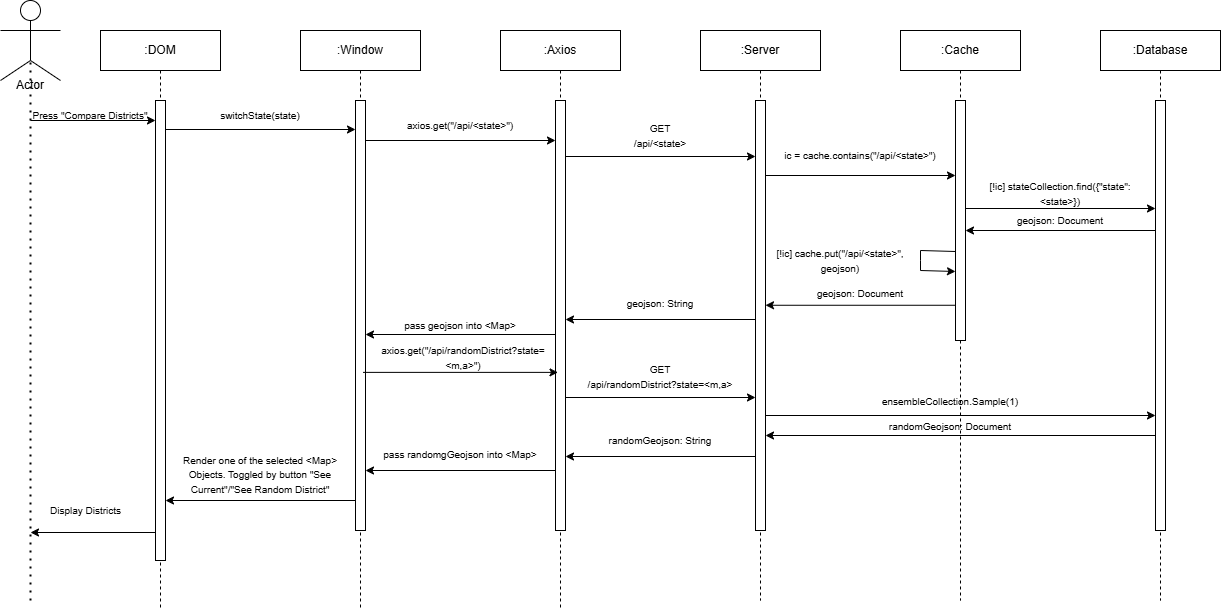
This is design/GUI_11.png from MelvAziz/CSE-416, a draw.io export, as it was before one commit. Source tidied: cells renumbered, new cells last; positions are measured from the earlier drawing's top-left corner, leaving out a move shared by most shapes.
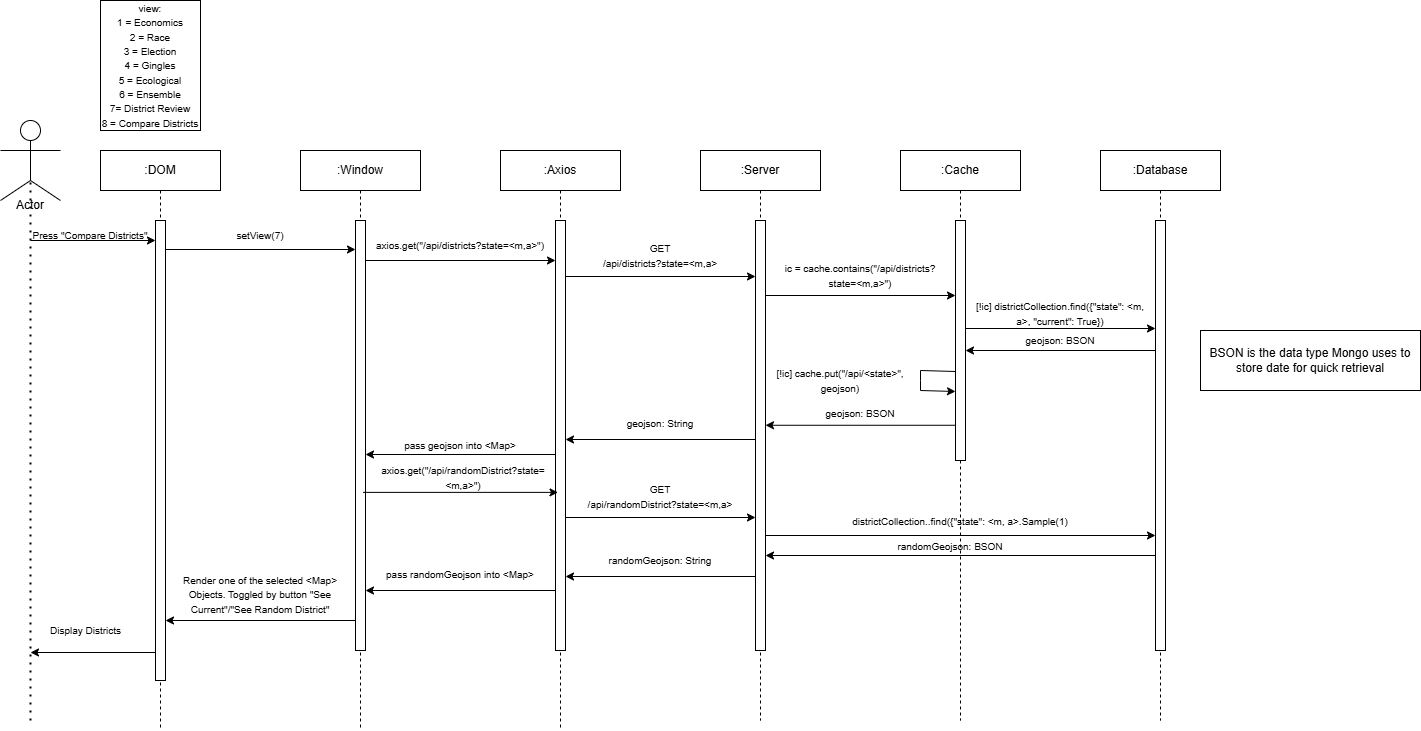
After the change.

The edit, as a diff of the source:
```diff
@@ -57,7 +57,7 @@
         <mxPoint x="355" y="129" as="targetPoint" />
       </mxGeometry>
     </mxCell>
-    <mxCell id="14" value="&lt;font style=&quot;font-size: 10px;&quot;&gt;switchState(state)&lt;/font&gt;" style="text;html=1;align=center;verticalAlign=middle;whiteSpace=wrap;rounded=0;" parent="1" vertex="1">
+    <mxCell id="14" value="&lt;font style=&quot;font-size: 10px;&quot;&gt;setView(7)&lt;/font&gt;" style="text;html=1;align=center;verticalAlign=middle;whiteSpace=wrap;rounded=0;" parent="1" vertex="1">
       <mxGeometry x="220" y="100" width="80" height="30" as="geometry" />
     </mxCell>
     <mxCell id="15" style="endArrow=classic;html=1;rounded=0;" parent="1" edge="1" target="20">
@@ -65,7 +65,7 @@
         <mxPoint x="360" y="140" as="sourcePoint" />
       </mxGeometry>
     </mxCell>
-    <mxCell id="16" value="&lt;font style=&quot;font-size: 10px;&quot;&gt;axios.get(&quot;/api/&amp;lt;state&amp;gt;&quot;)&lt;/font&gt;" style="text;html=1;align=center;verticalAlign=middle;whiteSpace=wrap;rounded=0;" parent="1" vertex="1">
+    <mxCell id="16" value="&lt;font style=&quot;font-size: 10px;&quot;&gt;axios.get(&quot;/api/districts?state=&amp;lt;m,a&amp;gt;&quot;)&lt;/font&gt;" style="text;html=1;align=center;verticalAlign=middle;whiteSpace=wrap;rounded=0;" parent="1" vertex="1">
       <mxGeometry x="370" y="110" width="180" height="30" as="geometry" />
     </mxCell>
     <mxCell id="17" value=":Window" style="shape=umlLifeline;perimeter=lifelinePerimeter;whiteSpace=wrap;html=1;newEdgeStyle={&quot;edgeStyle&quot;:&quot;elbowEdgeStyle&quot;,&quot;elbow&quot;:&quot;vertical&quot;,&quot;curved&quot;:0,&quot;rounded&quot;:0};" parent="1" vertex="1">
@@ -92,7 +92,7 @@
         <mxPoint x="755" y="156" as="targetPoint" />
       </mxGeometry>
     </mxCell>
-    <mxCell id="24" value="&lt;span style=&quot;font-size: 10px;&quot;&gt;GET&lt;/span&gt;&lt;div&gt;&lt;span style=&quot;font-size: 10px;&quot;&gt;/api/&amp;lt;state&amp;gt;&lt;/span&gt;&lt;/div&gt;" style="text;html=1;align=center;verticalAlign=middle;whiteSpace=wrap;rounded=0;" parent="1" vertex="1">
+    <mxCell id="24" value="&lt;span style=&quot;font-size: 10px;&quot;&gt;GET&lt;/span&gt;&lt;div&gt;&lt;span style=&quot;font-size: 10px;&quot;&gt;/&lt;/span&gt;&lt;span style=&quot;font-size: 10px; background-color: initial;&quot;&gt;api/districts?state=&amp;lt;m,a&amp;gt;&lt;/span&gt;&lt;/div&gt;" style="text;html=1;align=center;verticalAlign=middle;whiteSpace=wrap;rounded=0;" parent="1" vertex="1">
       <mxGeometry x="570" y="120" width="180" height="30" as="geometry" />
     </mxCell>
     <mxCell id="25" value=":Cache" style="shape=umlLifeline;perimeter=lifelinePerimeter;whiteSpace=wrap;html=1;newEdgeStyle={&quot;edgeStyle&quot;:&quot;elbowEdgeStyle&quot;,&quot;elbow&quot;:&quot;vertical&quot;,&quot;curved&quot;:0,&quot;rounded&quot;:0};" parent="1" vertex="1">
@@ -124,7 +124,7 @@
         <mxPoint x="955" y="175" as="targetPoint" />
       </mxGeometry>
     </mxCell>
-    <mxCell id="31" value="&lt;span style=&quot;font-size: 10px;&quot;&gt;ic = cache.contains(&quot;&lt;/span&gt;&lt;span style=&quot;font-size: 10px;&quot;&gt;/api/&amp;lt;state&amp;gt;&quot;&lt;/span&gt;&lt;span style=&quot;font-size: 10px;&quot;&gt;)&lt;/span&gt;" style="text;html=1;align=center;verticalAlign=middle;whiteSpace=wrap;rounded=0;" parent="1" vertex="1">
+    <mxCell id="31" value="&lt;span style=&quot;font-size: 10px;&quot;&gt;ic = cache.contains(&quot;&lt;/span&gt;&lt;span style=&quot;font-size: 10px;&quot;&gt;/&lt;/span&gt;&lt;span style=&quot;font-size: 10px;&quot;&gt;api/districts?state=&amp;lt;m,a&amp;gt;&lt;/span&gt;&lt;span style=&quot;font-size: 10px;&quot;&gt;&quot;&lt;/span&gt;&lt;span style=&quot;font-size: 10px;&quot;&gt;)&lt;/span&gt;" style="text;html=1;align=center;verticalAlign=middle;whiteSpace=wrap;rounded=0;" parent="1" vertex="1">
       <mxGeometry x="770" y="140" width="180" height="30" as="geometry" />
     </mxCell>
     <mxCell id="32" style="endArrow=classic;html=1;rounded=0;" parent="1" edge="1">
@@ -133,7 +133,7 @@
         <mxPoint x="1155" y="208" as="targetPoint" />
       </mxGeometry>
     </mxCell>
-    <mxCell id="33" value="&lt;font style=&quot;font-size: 10px;&quot;&gt;[!ic] stateCollection.find({&quot;state&quot;: &amp;lt;state&amp;gt;})&lt;/font&gt;" style="text;html=1;align=center;verticalAlign=middle;whiteSpace=wrap;rounded=0;" parent="1" vertex="1">
+    <mxCell id="33" value="&lt;font style=&quot;font-size: 10px;&quot;&gt;[!ic] districtCollection.find({&quot;state&quot;: &amp;lt;m, a&amp;gt;, &quot;current&quot;: True})&lt;/font&gt;" style="text;html=1;align=center;verticalAlign=middle;whiteSpace=wrap;rounded=0;" parent="1" vertex="1">
       <mxGeometry x="970" y="178" width="180" height="30" as="geometry" />
     </mxCell>
     <mxCell id="34" style="endArrow=classic;html=1;rounded=0;" parent="1" edge="1">
@@ -142,7 +142,7 @@
         <mxPoint x="965" y="230" as="targetPoint" />
       </mxGeometry>
     </mxCell>
-    <mxCell id="35" value="&lt;span style=&quot;font-size: 10px;&quot;&gt;geojson: Document&lt;/span&gt;" style="text;html=1;align=center;verticalAlign=middle;whiteSpace=wrap;rounded=0;" parent="1" vertex="1">
+    <mxCell id="35" value="&lt;span style=&quot;font-size: 10px;&quot;&gt;geojson: BSON&lt;/span&gt;" style="text;html=1;align=center;verticalAlign=middle;whiteSpace=wrap;rounded=0;" parent="1" vertex="1">
       <mxGeometry x="970" y="210" width="180" height="20" as="geometry" />
     </mxCell>
     <mxCell id="36" style="endArrow=classic;html=1;rounded=0;" parent="1" edge="1">
@@ -151,7 +151,7 @@
         <mxPoint x="765" y="304.8" as="targetPoint" />
       </mxGeometry>
     </mxCell>
-    <mxCell id="37" value="&lt;span style=&quot;font-size: 10px;&quot;&gt;geojson: Document&lt;/span&gt;" style="text;html=1;align=center;verticalAlign=middle;whiteSpace=wrap;rounded=0;" parent="1" vertex="1">
+    <mxCell id="37" value="&lt;span style=&quot;font-size: 10px;&quot;&gt;geojson: BSON&lt;/span&gt;" style="text;html=1;align=center;verticalAlign=middle;whiteSpace=wrap;rounded=0;" parent="1" vertex="1">
       <mxGeometry x="770" y="284.8" width="180" height="16" as="geometry" />
     </mxCell>
     <mxCell id="38" style="endArrow=classic;html=1;rounded=0;" parent="1" edge="1">
@@ -216,8 +216,8 @@
         <mxPoint x="1155" y="415" as="targetPoint" />
       </mxGeometry>
     </mxCell>
-    <mxCell id="51" value="&lt;span style=&quot;font-size: 10px;&quot;&gt;ensembleCollection.Sample(1)&lt;/span&gt;" style="text;html=1;align=center;verticalAlign=middle;whiteSpace=wrap;rounded=0;" parent="1" vertex="1">
-      <mxGeometry x="860" y="386" width="180" height="30" as="geometry" />
+    <mxCell id="51" value="&lt;span style=&quot;font-size: 10px;&quot;&gt;districtCollection.&lt;/span&gt;&lt;span style=&quot;font-size: 10px;&quot;&gt;.find({&quot;state&quot;: &amp;lt;m, a&amp;gt;.&lt;/span&gt;&lt;span style=&quot;font-size: 10px;&quot;&gt;Sample(1)&lt;/span&gt;" style="text;html=1;align=center;verticalAlign=middle;whiteSpace=wrap;rounded=0;" parent="1" vertex="1">
+      <mxGeometry x="830" y="386" width="260" height="30" as="geometry" />
     </mxCell>
     <mxCell id="52" style="endArrow=classic;html=1;rounded=0;" parent="1" edge="1">
       <mxGeometry relative="1" as="geometry">
@@ -225,7 +225,7 @@
         <mxPoint x="765" y="435" as="targetPoint" />
       </mxGeometry>
     </mxCell>
-    <mxCell id="53" value="&lt;span style=&quot;font-size: 10px;&quot;&gt;randomGeojson: Document&lt;/span&gt;" style="text;html=1;align=center;verticalAlign=middle;whiteSpace=wrap;rounded=0;" parent="1" vertex="1">
+    <mxCell id="53" value="&lt;span style=&quot;font-size: 10px;&quot;&gt;randomGeojson: BSON&lt;/span&gt;" style="text;html=1;align=center;verticalAlign=middle;whiteSpace=wrap;rounded=0;" parent="1" vertex="1">
       <mxGeometry x="860" y="416" width="180" height="20" as="geometry" />
     </mxCell>
     <mxCell id="54" style="endArrow=classic;html=1;rounded=0;" parent="1" edge="1">
@@ -243,11 +243,17 @@
         <mxPoint x="365" y="470" as="targetPoint" />
       </mxGeometry>
     </mxCell>
-    <mxCell id="57" value="&lt;span style=&quot;font-size: 10px;&quot;&gt;pass randomgGeojson into &amp;lt;Map&amp;gt;&lt;/span&gt;" style="text;html=1;align=center;verticalAlign=middle;whiteSpace=wrap;rounded=0;" parent="1" vertex="1">
+    <mxCell id="57" value="&lt;span style=&quot;font-size: 10px;&quot;&gt;pass randomGeojson into &amp;lt;Map&amp;gt;&lt;/span&gt;" style="text;html=1;align=center;verticalAlign=middle;whiteSpace=wrap;rounded=0;" parent="1" vertex="1">
       <mxGeometry x="370" y="444" width="180" height="20" as="geometry" />
     </mxCell>
     <mxCell id="58" value="&lt;span style=&quot;font-size: 10px;&quot;&gt;Render one of the selected &amp;lt;Map&amp;gt; Objects. Toggled by button &quot;See Current&quot;/&quot;See Random District&quot;&lt;/span&gt;" style="text;html=1;align=center;verticalAlign=middle;whiteSpace=wrap;rounded=0;" parent="1" vertex="1">
       <mxGeometry x="170" y="464" width="180" height="20" as="geometry" />
     </mxCell>
+    <mxCell id="59" value="&lt;font style=&quot;font-size: 10px;&quot;&gt;view:&lt;/font&gt;&lt;div&gt;&lt;font style=&quot;font-size: 10px;&quot;&gt;1 = Economics&lt;/font&gt;&lt;/div&gt;&lt;div&gt;&lt;font style=&quot;font-size: 10px;&quot;&gt;2 = Race&lt;/font&gt;&lt;/div&gt;&lt;div&gt;&lt;font style=&quot;font-size: 10px;&quot;&gt;3 = Election&lt;/font&gt;&lt;/div&gt;&lt;div&gt;&lt;font style=&quot;font-size: 10px;&quot;&gt;4 = Gingles&lt;/font&gt;&lt;/div&gt;&lt;div&gt;&lt;font style=&quot;font-size: 10px;&quot;&gt;5 = Ecological&lt;/font&gt;&lt;/div&gt;&lt;div&gt;&lt;font style=&quot;font-size: 10px;&quot;&gt;6 = Ensemble&lt;/font&gt;&lt;/div&gt;&lt;div&gt;&lt;font style=&quot;font-size: 10px;&quot;&gt;7= District Review&lt;/font&gt;&lt;/div&gt;&lt;div&gt;&lt;font style=&quot;font-size: 10px;&quot;&gt;8 = Compare Districts&lt;/font&gt;&lt;/div&gt;" style="rounded=0;whiteSpace=wrap;html=1;" parent="1" vertex="1">
+      <mxGeometry x="100" y="-120" width="100" height="130" as="geometry" />
+    </mxCell>
+    <mxCell id="60" value="BSON is the data type Mongo uses to store date for quick retrieval" style="rounded=0;whiteSpace=wrap;html=1;" parent="1" vertex="1">
+      <mxGeometry x="1200" y="210" width="220" height="60" as="geometry" />
+    </mxCell>
   </root>
 </mxGraphModel>
```
